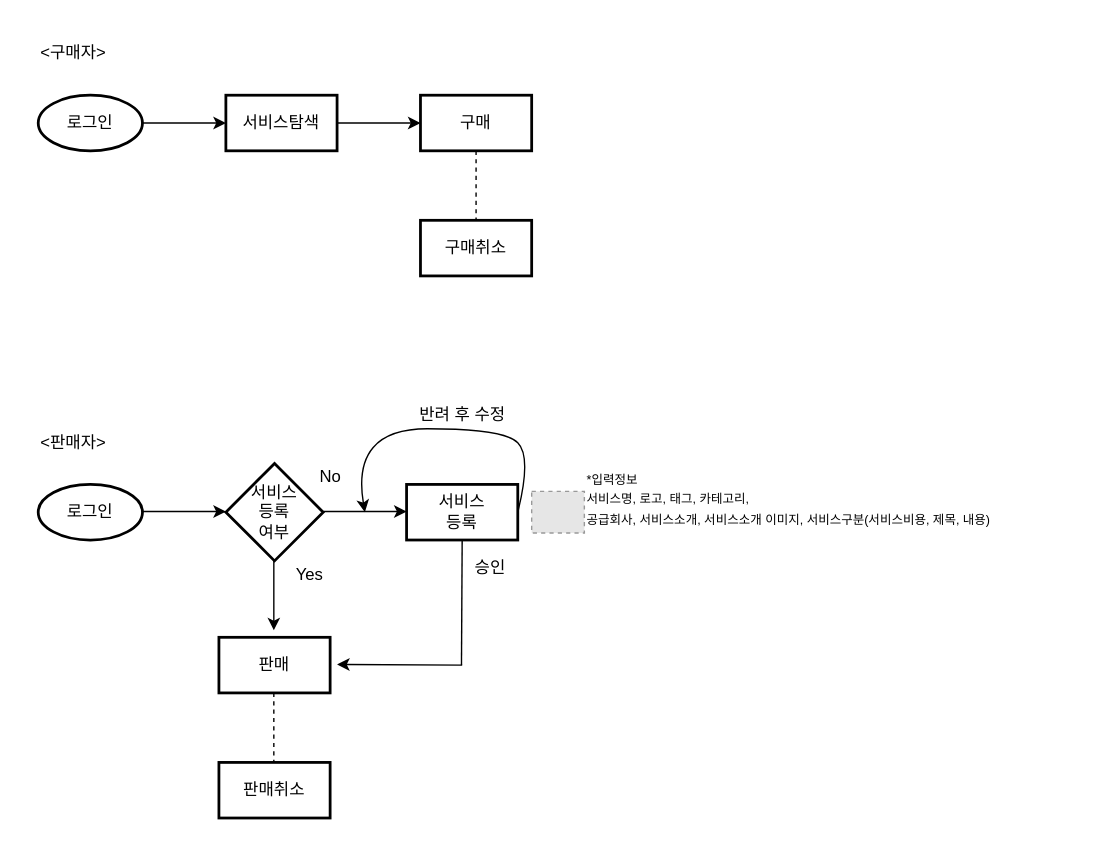
Lucidhomme/TIL keeps this draw.io diagram as 비즈니스나우 컨설팅_수정.drawio. Above is the earlier version. Source tidied: cells renumbered, new cells numbered last; positions are measured from the earlier drawing's top-left corner, leaving out a move shared by most shapes. Both pictures are drawn from the tidied source at 139%, with x=0, y=0 at pixel (24, 39). Pictures stored in the file or linked from it are replaced by grey dashed boxes.
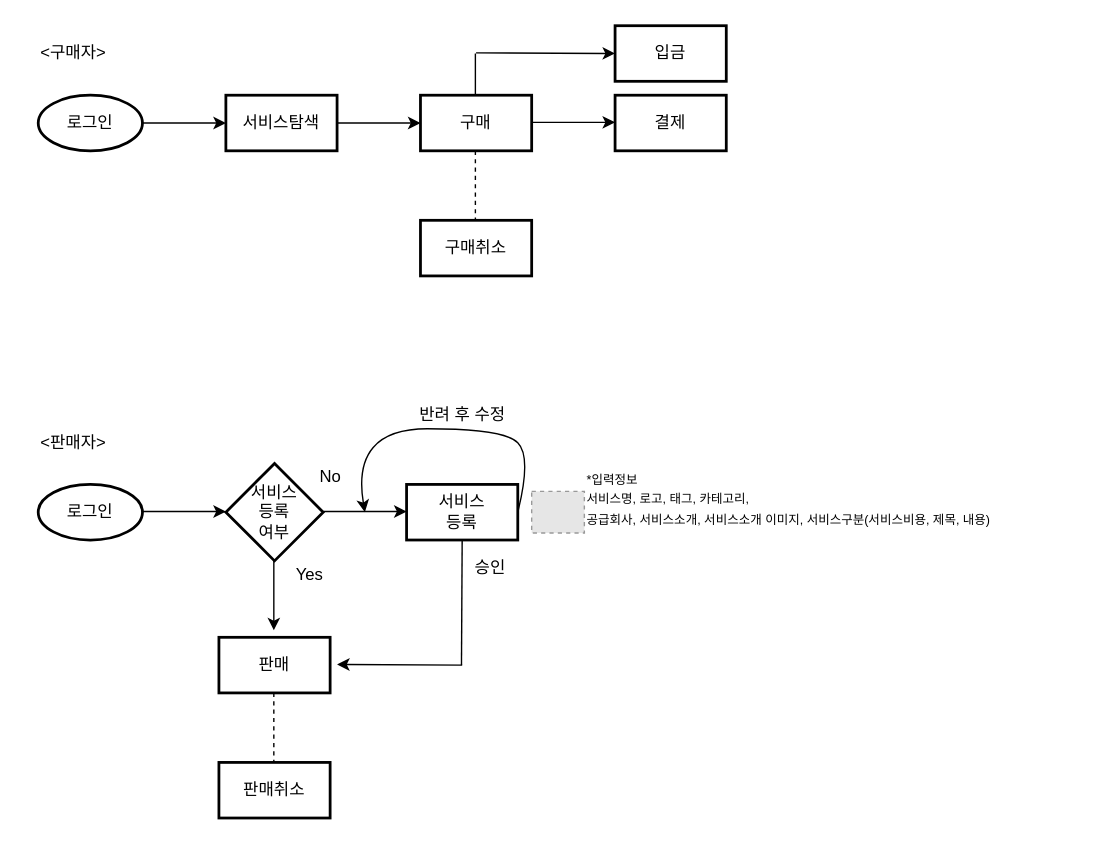
The same page after the edit.

Commit message:
Update 비즈니스나우 컨설팅_수정.drawio

The change refers to these unchanged cells:
```xml
<mxCell id="10" value="구매취소" style="whiteSpace=wrap;html=1;strokeWidth=2;" parent="1" vertex="1">
  <mxGeometry x="285" y="130" width="80" height="40" as="geometry" />
</mxCell>
```

Diff of the diagram source:
```diff
@@
-    <mxCell id="9" style="endArrow=none;dashed=1;html=1;entryX=0.5;entryY=0;entryDx=0;entryDy=0;" parent="1" edge="1" target="10">
-      <mxGeometry relative="1" as="geometry">
-        <mxPoint x="325" y="80" as="sourcePoint" />
-      </mxGeometry>
-    </mxCell>
@@
+    <mxCell id="29" style="edgeStyle=orthogonalEdgeStyle;rounded=0;orthogonalLoop=1;jettySize=auto;html=1;" parent="1" edge="1">
+      <mxGeometry relative="1" as="geometry">
+        <mxPoint x="365" y="59.5" as="sourcePoint" />
+        <mxPoint x="425" y="59.5" as="targetPoint" />
+      </mxGeometry>
+    </mxCell>
+    <mxCell id="30" value="결제" style="whiteSpace=wrap;html=1;strokeWidth=2;" parent="1" vertex="1">
+      <mxGeometry x="425" y="40" width="80" height="40" as="geometry" />
+    </mxCell>
+    <mxCell id="31" style="endArrow=none;dashed=1;html=1;entryX=0.5;entryY=0;entryDx=0;entryDy=0;" parent="1" edge="1">
+      <mxGeometry relative="1" as="geometry">
+        <mxPoint x="324.5" y="80" as="sourcePoint" />
+        <mxPoint x="324.5" y="130" as="targetPoint" />
+      </mxGeometry>
+    </mxCell>
+    <mxCell id="32" value="입금" style="whiteSpace=wrap;html=1;strokeWidth=2;" parent="1" vertex="1">
+      <mxGeometry x="425" y="-10" width="80" height="40" as="geometry" />
+    </mxCell>
+    <mxCell id="33" style="endArrow=none;html=1;" parent="1" edge="1">
+      <mxGeometry relative="1" as="geometry">
+        <mxPoint x="324.5" y="40" as="sourcePoint" />
+        <mxPoint x="324.5" y="10" as="targetPoint" />
+      </mxGeometry>
+    </mxCell>
+    <mxCell id="34" style="endArrow=classic;html=1;" parent="1" edge="1">
+      <mxGeometry relative="1" as="geometry">
+        <mxPoint x="325" y="9.5" as="sourcePoint" />
+        <mxPoint x="425" y="10" as="targetPoint" />
+      </mxGeometry>
+    </mxCell>
```
